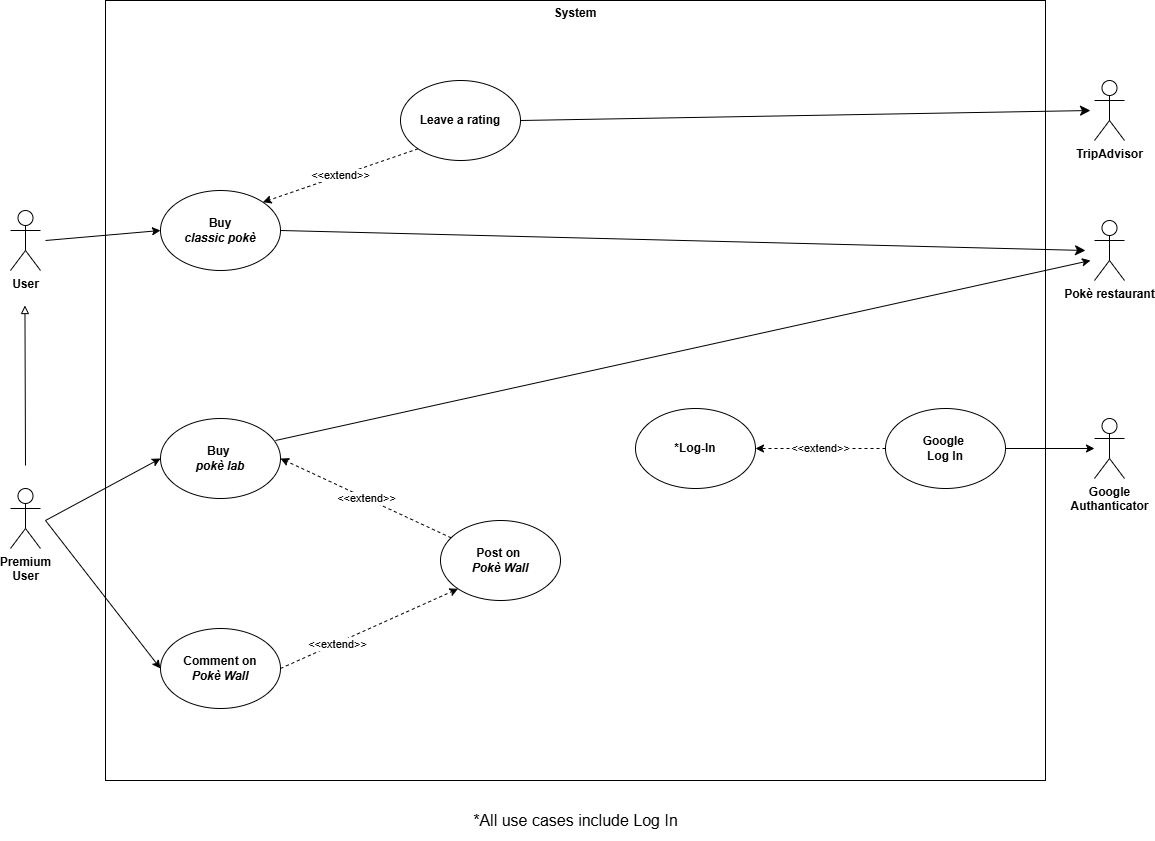
Above: diagrams/UseCaseDiagram.drawio.png in matteopinfildi/YourPoke-ISPWProject (draw.io), before the change. Source tidied: cells renumbered, new cells last; positions are measured from the earlier drawing's top-left corner, leaving out a move shared by most shapes. Its diagram source:
```xml
<mxGraphModel>
  <root>
    <mxCell id="0" />
    <mxCell id="1" parent="0" />
    <mxCell id="2" style="rounded=0;whiteSpace=wrap;html=1;" parent="1" vertex="1">
      <mxGeometry x="95" width="940" height="780" as="geometry" />
    </mxCell>
    <mxCell id="3" value="&lt;b&gt;User&lt;/b&gt;" style="shape=umlActor;verticalLabelPosition=bottom;verticalAlign=top;html=1;" parent="1" vertex="1">
      <mxGeometry y="210" width="30" height="60" as="geometry" />
    </mxCell>
    <mxCell id="4" value="&lt;b&gt;Premium&lt;br&gt;User&lt;/b&gt;" style="shape=umlActor;verticalLabelPosition=bottom;verticalAlign=top;html=1;" parent="1" vertex="1">
      <mxGeometry y="488" width="30" height="60" as="geometry" />
    </mxCell>
    <mxCell id="5" value="&lt;b&gt;*Log-In&lt;/b&gt;" style="ellipse;whiteSpace=wrap;html=1;" parent="1" vertex="1">
      <mxGeometry x="625" y="408" width="120" height="80" as="geometry" />
    </mxCell>
    <mxCell id="6" value="&lt;b&gt;Buy&amp;nbsp;&lt;/b&gt;&lt;div&gt;&lt;b&gt;&lt;i&gt;pokè lab&lt;/i&gt;&lt;/b&gt;&lt;/div&gt;" style="ellipse;whiteSpace=wrap;html=1;" parent="1" vertex="1">
      <mxGeometry x="150" y="418" width="120" height="80" as="geometry" />
    </mxCell>
    <mxCell id="7" style="endArrow=classic;html=1;rounded=0;entryX=0;entryY=0.5;entryDx=0;entryDy=0;" parent="1" edge="1" target="6">
      <mxGeometry relative="1" as="geometry">
        <mxPoint x="35" y="520" as="sourcePoint" />
      </mxGeometry>
    </mxCell>
    <mxCell id="8" style="edgeStyle=none;curved=1;rounded=0;jettySize=auto;html=1;exitX=1;exitY=0.5;exitDx=0;exitDy=0;fontSize=12;startSize=8;endSize=8;" parent="1" edge="1" source="9">
      <mxGeometry relative="1" as="geometry">
        <mxPoint x="1075" y="250" as="targetPoint" />
      </mxGeometry>
    </mxCell>
    <mxCell id="9" value="&lt;b&gt;Buy&lt;/b&gt;&lt;br&gt;&lt;div&gt;&lt;b&gt;&amp;nbsp;&lt;i&gt;classic&amp;nbsp;&lt;/i&gt;&lt;/b&gt;&lt;b style=&quot;background-color: transparent; color: light-dark(rgb(0, 0, 0), rgb(255, 255, 255));&quot;&gt;&lt;i&gt;pokè&amp;nbsp;&lt;/i&gt;&lt;/b&gt;&lt;/div&gt;" style="ellipse;whiteSpace=wrap;html=1;" parent="1" vertex="1">
      <mxGeometry x="150" y="190" width="120" height="80" as="geometry" />
    </mxCell>
    <mxCell id="10" style="endArrow=classic;html=1;rounded=0;entryX=0;entryY=0.5;entryDx=0;entryDy=0;" parent="1" edge="1" target="9">
      <mxGeometry relative="1" as="geometry">
        <mxPoint x="35" y="240" as="sourcePoint" />
      </mxGeometry>
    </mxCell>
    <mxCell id="11" value="&lt;b&gt;Google&lt;/b&gt;&lt;div&gt;&lt;b&gt;Authanticator&lt;/b&gt;&lt;/div&gt;&lt;div&gt;&lt;br&gt;&lt;/div&gt;" style="shape=umlActor;verticalLabelPosition=bottom;verticalAlign=top;html=1;outlineConnect=0;" parent="1" vertex="1">
      <mxGeometry x="1084" y="418" width="30" height="60" as="geometry" />
    </mxCell>
    <mxCell id="12" style="endArrow=classic;html=1;rounded=0;exitX=1;exitY=0.5;exitDx=0;exitDy=0;" parent="1" edge="1" source="20" target="11">
      <mxGeometry relative="1" as="geometry" />
    </mxCell>
    <mxCell id="13" value="&lt;b&gt;System&lt;/b&gt;&lt;div&gt;&lt;br&gt;&lt;/div&gt;" style="text;html=1;align=center;verticalAlign=middle;whiteSpace=wrap;rounded=0;" parent="1" vertex="1">
      <mxGeometry x="535" y="5" width="60" height="30" as="geometry" />
    </mxCell>
    <mxCell id="14" value="&lt;b&gt;Comment on&lt;/b&gt;&lt;div&gt;&lt;b&gt;&lt;i&gt;Pokè Wall&lt;/i&gt;&lt;/b&gt;&lt;/div&gt;" style="ellipse;whiteSpace=wrap;html=1;" parent="1" vertex="1">
      <mxGeometry x="150" y="628" width="120" height="80" as="geometry" />
    </mxCell>
    <mxCell id="15" style="endArrow=classic;html=1;rounded=0;entryX=0;entryY=0.5;entryDx=0;entryDy=0;" parent="1" edge="1" target="14">
      <mxGeometry relative="1" as="geometry">
        <mxPoint x="35" y="520" as="sourcePoint" />
      </mxGeometry>
    </mxCell>
    <mxCell id="16" value="&lt;b&gt;Post on&amp;nbsp;&lt;/b&gt;&lt;div&gt;&lt;b&gt;&lt;i&gt;Pokè Wall&lt;/i&gt;&lt;/b&gt;&lt;/div&gt;" style="ellipse;whiteSpace=wrap;html=1;" parent="1" vertex="1">
      <mxGeometry x="430" y="520" width="120" height="80" as="geometry" />
    </mxCell>
    <mxCell id="17" value="&amp;lt;&amp;lt;extend&amp;gt;&amp;gt;" style="endArrow=classic;html=1;rounded=0;entryX=1;entryY=0.5;entryDx=0;entryDy=0;dashed=1;" parent="1" edge="1" source="16" target="6">
      <mxGeometry relative="1" as="geometry" />
    </mxCell>
    <mxCell id="18" value="&lt;b&gt;Leave a rating&lt;/b&gt;" style="ellipse;whiteSpace=wrap;html=1;" parent="1" vertex="1">
      <mxGeometry x="390" y="80" width="120" height="80" as="geometry" />
    </mxCell>
    <mxCell id="19" style="endArrow=block;html=1;rounded=0;endFill=0;" parent="1" edge="1">
      <mxGeometry relative="1" as="geometry">
        <mxPoint x="15" y="465" as="sourcePoint" />
        <mxPoint x="14.4" y="305" as="targetPoint" />
      </mxGeometry>
    </mxCell>
    <mxCell id="20" value="&lt;b&gt;Google&amp;nbsp;&lt;/b&gt;&lt;div&gt;&lt;b&gt;Log In&lt;/b&gt;&lt;/div&gt;" style="ellipse;whiteSpace=wrap;html=1;" parent="1" vertex="1">
      <mxGeometry x="875" y="408" width="120" height="80" as="geometry" />
    </mxCell>
    <mxCell id="21" value="&amp;lt;&amp;lt;extend&amp;gt;&amp;gt;" style="endArrow=classic;html=1;rounded=0;exitX=0;exitY=0.5;exitDx=0;exitDy=0;entryX=1;entryY=0.5;entryDx=0;entryDy=0;dashed=1;" parent="1" edge="1" source="20" target="5">
      <mxGeometry relative="1" as="geometry" />
    </mxCell>
    <mxCell id="22" value="&lt;b&gt;Pokè restaurant&lt;/b&gt;" style="shape=umlActor;verticalLabelPosition=bottom;verticalAlign=top;html=1;" parent="1" vertex="1">
      <mxGeometry x="1084" y="220" width="30" height="60" as="geometry" />
    </mxCell>
    <mxCell id="23" value="&amp;lt;&amp;lt;extend&amp;gt;&amp;gt;" style="endArrow=classic;html=1;rounded=0;exitX=1;exitY=0.5;exitDx=0;exitDy=0;entryX=0;entryY=1;entryDx=0;entryDy=0;dashed=1;" parent="1" edge="1" source="14" target="16">
      <mxGeometry x="-0.36" y="-2" relative="1" as="geometry" />
    </mxCell>
    <mxCell id="24" value="*All use cases include Log In" style="text;html=1;align=center;verticalAlign=middle;strokeColor=none;fillColor=none;fontSize=16;" parent="1" vertex="1">
      <mxGeometry x="430" y="800" width="270" height="40" as="geometry" />
    </mxCell>
    <mxCell id="25" style="endArrow=classic;html=1;rounded=0;exitX=0.958;exitY=0.275;exitDx=0;exitDy=0;exitPerimeter=0;" parent="1" edge="1" source="6">
      <mxGeometry relative="1" as="geometry">
        <mxPoint x="1080" y="260" as="targetPoint" />
      </mxGeometry>
    </mxCell>
    <mxCell id="26" value="&amp;lt;&amp;lt;extend&amp;gt;&amp;gt;" style="endArrow=classic;html=1;rounded=0;entryX=1;entryY=0;entryDx=0;entryDy=0;dashed=1;exitX=0;exitY=1;exitDx=0;exitDy=0;" parent="1" edge="1" source="18" target="9">
      <mxGeometry relative="1" as="geometry" />
    </mxCell>
    <mxCell id="27" value="&lt;div&gt;&lt;b&gt;TripAdvisor&lt;/b&gt;&lt;/div&gt;" style="shape=umlActor;verticalLabelPosition=bottom;verticalAlign=top;html=1;" parent="1" vertex="1">
      <mxGeometry x="1084" y="80" width="30" height="60" as="geometry" />
    </mxCell>
    <mxCell id="28" style="edgeStyle=none;curved=1;rounded=0;jettySize=auto;html=1;exitX=1;exitY=0.5;exitDx=0;exitDy=0;fontSize=12;startSize=8;endSize=8;" parent="1" edge="1" source="18">
      <mxGeometry relative="1" as="geometry">
        <mxPoint x="1080" y="110" as="targetPoint" />
      </mxGeometry>
    </mxCell>
  </root>
</mxGraphModel>
```
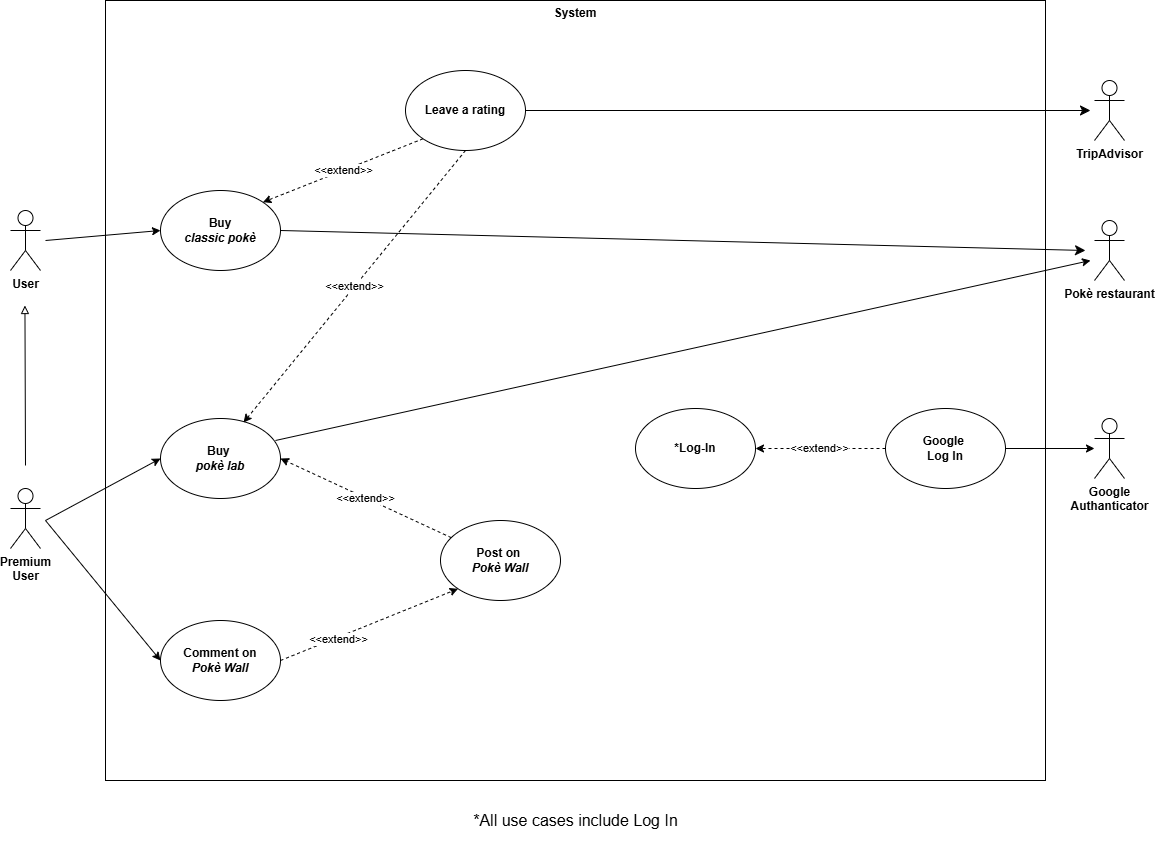
Later version of the same file.

Change to the diagram source:
```diff
@@ -45,7 +45,7 @@
       <mxGeometry x="535" y="5" width="60" height="30" as="geometry" />
     </mxCell>
     <mxCell id="14" value="&lt;b&gt;Comment on&lt;/b&gt;&lt;div&gt;&lt;b&gt;&lt;i&gt;Pokè Wall&lt;/i&gt;&lt;/b&gt;&lt;/div&gt;" style="ellipse;whiteSpace=wrap;html=1;" parent="1" vertex="1">
-      <mxGeometry x="150" y="628" width="120" height="80" as="geometry" />
+      <mxGeometry x="150" y="620" width="120" height="80" as="geometry" />
     </mxCell>
     <mxCell id="15" style="endArrow=classic;html=1;rounded=0;entryX=0;entryY=0.5;entryDx=0;entryDy=0;" parent="1" edge="1" target="14">
       <mxGeometry relative="1" as="geometry">
@@ -59,7 +59,7 @@
       <mxGeometry relative="1" as="geometry" />
     </mxCell>
     <mxCell id="18" value="&lt;b&gt;Leave a rating&lt;/b&gt;" style="ellipse;whiteSpace=wrap;html=1;" parent="1" vertex="1">
-      <mxGeometry x="390" y="80" width="120" height="80" as="geometry" />
+      <mxGeometry x="395" y="70" width="120" height="80" as="geometry" />
     </mxCell>
     <mxCell id="19" style="endArrow=block;html=1;rounded=0;endFill=0;" parent="1" edge="1">
       <mxGeometry relative="1" as="geometry">
@@ -98,5 +98,8 @@
         <mxPoint x="1080" y="110" as="targetPoint" />
       </mxGeometry>
     </mxCell>
+    <mxCell id="29" value="&amp;lt;&amp;lt;extend&amp;gt;&amp;gt;" style="endArrow=classic;html=1;rounded=0;entryX=0.692;entryY=0.05;entryDx=0;entryDy=0;dashed=1;exitX=0.5;exitY=1;exitDx=0;exitDy=0;entryPerimeter=0;" parent="1" edge="1" source="18" target="6">
+      <mxGeometry relative="1" as="geometry" />
+    </mxCell>
   </root>
 </mxGraphModel>
```
